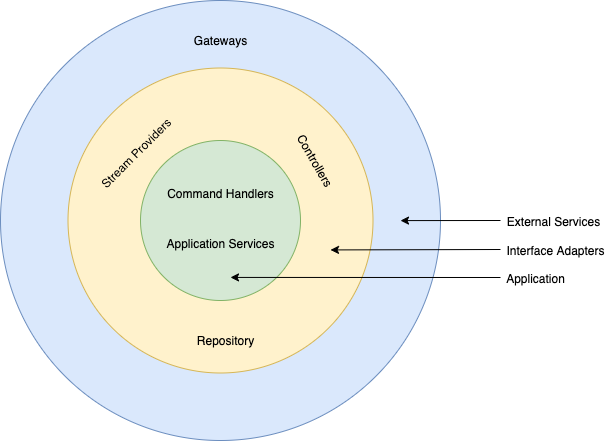
The draw.io diagram documentation/Game-Stream-Search-Architecture.png in kerryconvery/game-stream-search-public, before a commit. Source tidied: cells renumbered, new cells last; positions are measured from the earlier drawing's top-left corner, leaving out a move shared by most shapes.
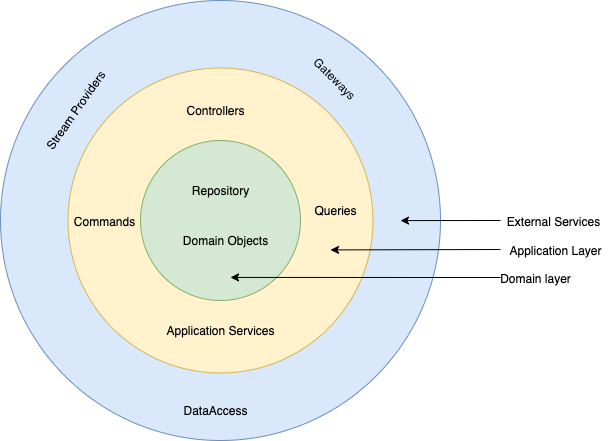
Above is the later version.

Change to the diagram source:
```diff
@@ -11,20 +11,20 @@
     <mxCell id="4" style="ellipse;whiteSpace=wrap;html=1;fillColor=#d5e8d4;strokeColor=#82b366;" parent="1" vertex="1">
       <mxGeometry x="140" y="140" width="160" height="160" as="geometry" />
     </mxCell>
-    <mxCell id="5" value="Application Services" style="text;html=1;align=center;verticalAlign=middle;fillColor=none;strokeColor=none;rounded=0;" parent="1" vertex="1">
-      <mxGeometry x="160" y="232.5" width="120" height="20" as="geometry" />
+    <mxCell id="5" value="Application Services" style="text;html=1;align=center;verticalAlign=middle;fillColor=none;strokeColor=none;rounded=0;rotation=0;" parent="1" vertex="1">
+      <mxGeometry x="160" y="320" width="120" height="20" as="geometry" />
     </mxCell>
-    <mxCell id="6" value="Gateways" style="text;html=1;align=center;verticalAlign=middle;fillColor=none;strokeColor=none;rounded=0;rotation=0;" parent="1" vertex="1">
-      <mxGeometry x="185" y="30" width="70" height="20" as="geometry" />
+    <mxCell id="6" value="Gateways" style="text;html=1;align=center;verticalAlign=middle;fillColor=none;strokeColor=none;rounded=0;rotation=45;" parent="1" vertex="1">
+      <mxGeometry x="300" y="67.5" width="70" height="20" as="geometry" />
     </mxCell>
-    <mxCell id="7" value="Controllers" style="text;html=1;align=center;verticalAlign=middle;fillColor=none;strokeColor=none;rounded=0;rotation=60;" parent="1" vertex="1">
-      <mxGeometry x="280" y="150" width="70" height="20" as="geometry" />
+    <mxCell id="7" value="Controllers" style="text;html=1;align=center;verticalAlign=middle;fillColor=none;strokeColor=none;rounded=0;rotation=0;" parent="1" vertex="1">
+      <mxGeometry x="180" y="100" width="70" height="20" as="geometry" />
     </mxCell>
-    <mxCell id="8" value="Repository" style="text;html=1;align=center;verticalAlign=middle;fillColor=none;strokeColor=none;rounded=0;rotation=0;" parent="1" vertex="1">
-      <mxGeometry x="190" y="330" width="70" height="20" as="geometry" />
+    <mxCell id="8" value="Queries" style="text;html=1;align=center;verticalAlign=middle;fillColor=none;strokeColor=none;rounded=0;rotation=0;" parent="1" vertex="1">
+      <mxGeometry x="305" y="200" width="60" height="20" as="geometry" />
     </mxCell>
-    <mxCell id="9" value="Command Handlers" style="text;html=1;align=center;verticalAlign=middle;fillColor=none;strokeColor=none;rounded=0;rotation=0;" parent="1" vertex="1">
-      <mxGeometry x="160" y="182.5" width="120" height="20" as="geometry" />
+    <mxCell id="9" value="Commands" style="text;html=1;align=center;verticalAlign=middle;fillColor=none;strokeColor=none;rounded=0;rotation=0;" parent="1" vertex="1">
+      <mxGeometry x="63.5" y="211" width="80" height="20" as="geometry" />
     </mxCell>
     <mxCell id="10" style="endArrow=classic;html=1;entryX=0.793;entryY=0.215;entryDx=0;entryDy=0;entryPerimeter=0;" parent="1" edge="1">
       <mxGeometry relative="1" as="geometry">
@@ -47,14 +47,23 @@
     <mxCell id="13" value="External Services" style="text;html=1;align=center;verticalAlign=middle;fillColor=none;strokeColor=none;rounded=0;" parent="1" vertex="1">
       <mxGeometry x="498" y="211" width="110" height="20" as="geometry" />
     </mxCell>
-    <mxCell id="14" value="Interface Adapters" style="text;html=1;align=center;verticalAlign=middle;fillColor=none;strokeColor=none;rounded=0;" parent="1" vertex="1">
+    <mxCell id="14" value="Application Layer" style="text;html=1;align=center;verticalAlign=middle;fillColor=none;strokeColor=none;rounded=0;" parent="1" vertex="1">
       <mxGeometry x="500" y="240" width="110" height="20" as="geometry" />
     </mxCell>
-    <mxCell id="15" value="Application" style="text;html=1;align=center;verticalAlign=middle;fillColor=none;strokeColor=none;rounded=0;" parent="1" vertex="1">
-      <mxGeometry x="500" y="267.5" width="70" height="20" as="geometry" />
+    <mxCell id="15" value="Domain layer" style="text;html=1;align=center;verticalAlign=middle;fillColor=none;strokeColor=none;rounded=0;" parent="1" vertex="1">
+      <mxGeometry x="490" y="267.5" width="90" height="20" as="geometry" />
     </mxCell>
-    <mxCell id="16" value="Stream Providers" style="text;html=1;align=center;verticalAlign=middle;fillColor=none;strokeColor=none;rounded=0;rotation=-45;" parent="1" vertex="1">
-      <mxGeometry x="80" y="142.5" width="110" height="20" as="geometry" />
+    <mxCell id="16" value="Stream Providers" style="text;html=1;align=center;verticalAlign=middle;fillColor=none;strokeColor=none;rounded=0;rotation=-55;" parent="1" vertex="1">
+      <mxGeometry x="20" y="100" width="110" height="20" as="geometry" />
     </mxCell>
+    <mxCell id="17" value="DataAccess" style="text;html=1;align=center;verticalAlign=middle;fillColor=none;strokeColor=none;rounded=0;rotation=0;" parent="1" vertex="1">
+      <mxGeometry x="175" y="400" width="80" height="20" as="geometry" />
+    </mxCell>
+    <mxCell id="18" value="Repository" style="text;html=1;align=center;verticalAlign=middle;fillColor=none;strokeColor=none;rounded=0;rotation=0;" parent="1" vertex="1">
+      <mxGeometry x="185" y="180" width="70" height="20" as="geometry" />
+    </mxCell>
+    <mxCell id="19" value="Domain Objects" style="text;html=1;align=center;verticalAlign=middle;fillColor=none;strokeColor=none;rounded=0;rotation=0;" parent="1" vertex="1">
+      <mxGeometry x="175" y="230" width="100" height="20" as="geometry" />
+    </mxCell>
   </root>
 </mxGraphModel>
```
